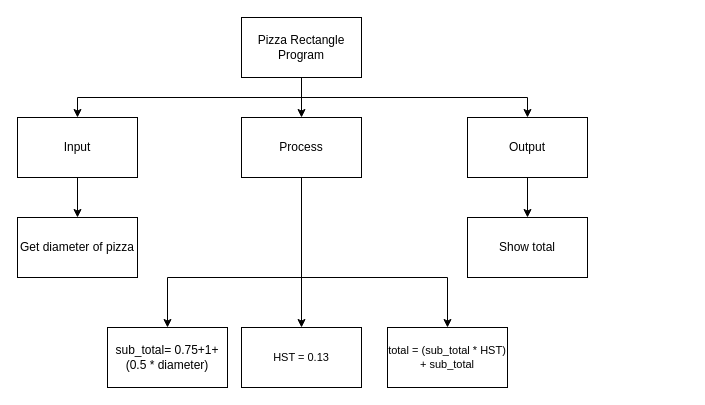
This is design.drawio from michael-clermont1/ICS3U-Unit3-02-Python, a draw.io file, before an edit. Source tidied: cells renumbered, new cells numbered last; positions are measured from the earlier drawing's top-left corner, leaving out a move shared by most shapes. Both pictures are drawn from the tidied source at 100%, with x=0, y=0 at pixel (17, 17).
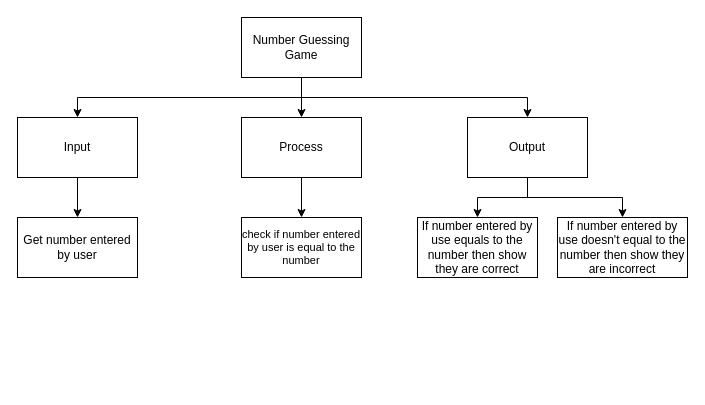
The same diagram, later.

Unchanged cells that the change refers to:
```xml
<mxCell id="11" value="Process" style="rounded=0;whiteSpace=wrap;html=1;" parent="1" vertex="1">
  <mxGeometry x="224" y="100" width="120" height="60" as="geometry" />
</mxCell>
<mxCell id="13" value="Output" style="rounded=0;whiteSpace=wrap;html=1;" parent="1" vertex="1">
  <mxGeometry x="450" y="100" width="120" height="60" as="geometry" />
</mxCell>
```

The edit, as a diff of the source:
```diff
@@
-    <mxCell id="5" value="Pizza Rectangle Program" style="rounded=0;whiteSpace=wrap;html=1;" parent="1" vertex="1">
+    <mxCell id="5" value="Number Guessing Game" style="rounded=0;whiteSpace=wrap;html=1;" parent="1" vertex="1">
       <mxGeometry x="224" width="120" height="60" as="geometry" />
     </mxCell>
@@
-    <mxCell id="8" style="edgeStyle=orthogonalEdgeStyle;shape=connector;rounded=0;html=1;entryX=0.5;entryY=0;entryDx=0;entryDy=0;labelBackgroundColor=default;fontFamily=Helvetica;fontSize=11;fontColor=default;endArrow=classic;strokeColor=default;" parent="1" edge="1" source="11" target="15">
-      <mxGeometry relative="1" as="geometry">
-        <Array as="points">
-          <mxPoint x="284" y="260" />
-          <mxPoint x="150" y="260" />
-        </Array>
-      </mxGeometry>
-    </mxCell>
-    <mxCell id="9" style="edgeStyle=orthogonalEdgeStyle;shape=connector;rounded=0;html=1;entryX=0.5;entryY=0;entryDx=0;entryDy=0;labelBackgroundColor=default;fontFamily=Helvetica;fontSize=11;fontColor=default;endArrow=classic;strokeColor=default;" parent="1" edge="1" source="11" target="17">
-      <mxGeometry relative="1" as="geometry" />
-    </mxCell>
-    <mxCell id="10" style="edgeStyle=orthogonalEdgeStyle;shape=connector;rounded=0;html=1;entryX=0.5;entryY=0;entryDx=0;entryDy=0;labelBackgroundColor=default;fontFamily=Helvetica;fontSize=11;fontColor=default;endArrow=classic;strokeColor=default;" parent="1" edge="1" source="11" target="18">
-      <mxGeometry relative="1" as="geometry">
-        <Array as="points">
-          <mxPoint x="284" y="260" />
-          <mxPoint x="430" y="260" />
-        </Array>
-      </mxGeometry>
+    <mxCell id="10" style="edgeStyle=orthogonalEdgeStyle;html=1;entryX=0.5;entryY=0;entryDx=0;entryDy=0;rounded=0;" parent="1" edge="1" source="11" target="18">
+      <mxGeometry relative="1" as="geometry" />
     </mxCell>
@@
-    <mxCell id="12" style="edgeStyle=orthogonalEdgeStyle;shape=connector;rounded=0;html=1;entryX=0.5;entryY=0;entryDx=0;entryDy=0;labelBackgroundColor=default;fontFamily=Helvetica;fontSize=11;fontColor=default;endArrow=classic;strokeColor=default;" parent="1" edge="1" source="13" target="16">
+    <mxCell id="12" style="edgeStyle=orthogonalEdgeStyle;html=1;entryX=0.5;entryY=0;entryDx=0;entryDy=0;rounded=0;" parent="1" edge="1" source="13" target="16">
       <mxGeometry relative="1" as="geometry" />
     </mxCell>
+    <mxCell id="19" style="edgeStyle=orthogonalEdgeStyle;html=1;entryX=0.5;entryY=0;entryDx=0;entryDy=0;rounded=0;" parent="1" edge="1" source="13" target="20">
+      <mxGeometry relative="1" as="geometry" />
+    </mxCell>
@@
-    <mxCell id="14" value="Get diameter of pizza" style="rounded=0;whiteSpace=wrap;html=1;" parent="1" vertex="1">
+    <mxCell id="14" value="Get number entered by user" style="rounded=0;whiteSpace=wrap;html=1;" parent="1" vertex="1">
       <mxGeometry y="200" width="120" height="60" as="geometry" />
     </mxCell>
-    <mxCell id="15" value="sub_total= 0.75+1+ (0.5 * diameter)" style="rounded=0;whiteSpace=wrap;html=1;" parent="1" vertex="1">
-      <mxGeometry x="90" y="310" width="120" height="60" as="geometry" />
-    </mxCell>
-    <mxCell id="16" value="Show total" style="rounded=0;whiteSpace=wrap;html=1;" parent="1" vertex="1">
-      <mxGeometry x="450" y="200" width="120" height="60" as="geometry" />
+    <mxCell id="16" value="If number entered by use equals to the number then show they are correct" style="rounded=0;whiteSpace=wrap;html=1;" parent="1" vertex="1">
+      <mxGeometry x="400" y="200" width="120" height="60" as="geometry" />
     </mxCell>
-    <mxCell id="17" value="HST = 0.13" style="rounded=0;whiteSpace=wrap;html=1;fontFamily=Helvetica;fontSize=11;fontColor=default;" parent="1" vertex="1">
-      <mxGeometry x="224" y="310" width="120" height="60" as="geometry" />
-    </mxCell>
-    <mxCell id="18" value="total = (sub_total * HST) + sub_total" style="rounded=0;whiteSpace=wrap;html=1;fontFamily=Helvetica;fontSize=11;fontColor=default;" parent="1" vertex="1">
-      <mxGeometry x="370" y="310" width="120" height="60" as="geometry" />
+    <mxCell id="18" value="check if number entered by user is equal to the number" style="rounded=0;whiteSpace=wrap;html=1;fontFamily=Helvetica;fontSize=11;fontColor=default;" parent="1" vertex="1">
+      <mxGeometry x="224" y="200" width="120" height="60" as="geometry" />
     </mxCell>
+    <mxCell id="20" value="If number entered by use doesn't equal to the number then show they are incorrect" style="rounded=0;whiteSpace=wrap;html=1;" parent="1" vertex="1">
+      <mxGeometry x="540" y="200" width="130" height="60" as="geometry" />
+    </mxCell>
```
